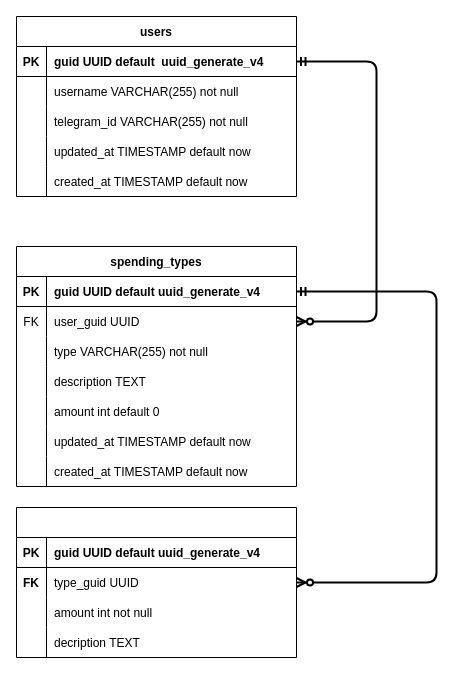
Above: migrations/schema.drawio in iv-sukhanov/finance_tracker (draw.io), before the change. Source tidied: cells renumbered, new cells numbered last; positions are measured from the earlier drawing's top-left corner, leaving out a move shared by most shapes. Both pictures are drawn from the tidied source at 100%, with x=0, y=0 at pixel (16, 16).
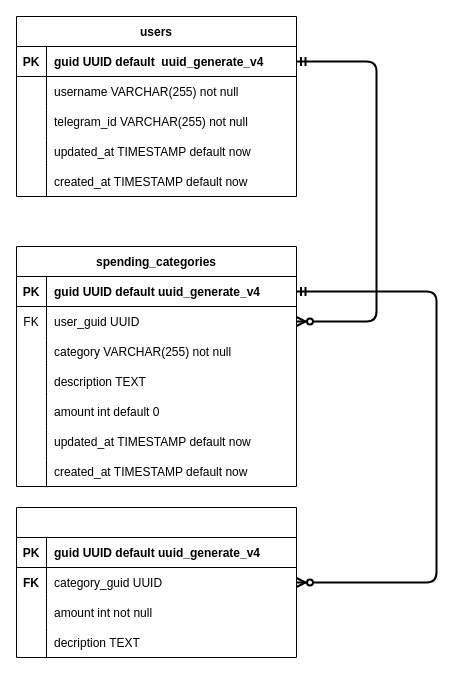
The same diagram, later.

Unchanged cells that the change refers to:
```xml
<mxCell id="25" style="shape=tableRow;horizontal=0;startSize=0;swimlaneHead=0;swimlaneBody=0;fillColor=none;top=0;left=0;right=0;bottom=0;swimlaneFillColor=none;strokeColor=#000000;" parent="18" vertex="1">
  <mxGeometry y="90" width="280" height="30" as="geometry" />
</mxCell>
<mxCell id="44" style="shape=tableRow;horizontal=0;startSize=0;swimlaneHead=0;swimlaneBody=0;fillColor=none;points=[[0,0.5],[1,0.5]];portConstraint=eastwest;top=0;left=0;right=0;bottom=0;labelBackgroundColor=none;strokeColor=#000000;fontColor=#000000;" parent="40" vertex="1">
  <mxGeometry y="60" width="280" height="30" as="geometry" />
</mxCell>
```

Change to the diagram source:
```diff
@@
-    <mxCell id="18" value="spending_types" style="shape=table;startSize=30;childLayout=tableLayout;rowLines=0;fontStyle=1;align=center;swimlaneFillColor=none;fillColor=default;strokeColor=#000000;" parent="1" vertex="1">
+    <mxCell id="18" value="spending_categories" style="shape=table;startSize=30;childLayout=tableLayout;rowLines=0;fontStyle=1;align=center;swimlaneFillColor=none;fillColor=default;strokeColor=#000000;" parent="1" vertex="1">
       <mxGeometry y="230" width="280" height="240" as="geometry" />
     </mxCell>
@@
-    <mxCell id="27" value="type VARCHAR(255) not null" style="shape=partialRectangle;fillColor=none;top=0;left=0;bottom=0;right=0;align=left;spacingLeft=6;overflow=hidden;swimlaneFillColor=none;strokeColor=#000000;fontColor=#000000;" parent="25" vertex="1">
+    <mxCell id="27" value="category VARCHAR(255) not null" style="shape=partialRectangle;fillColor=none;top=0;left=0;bottom=0;right=0;align=left;spacingLeft=6;overflow=hidden;swimlaneFillColor=none;strokeColor=#000000;fontColor=#000000;" parent="25" vertex="1">
       <mxGeometry x="30" width="250" height="30" as="geometry" />
     </mxCell>
@@
-    <mxCell id="46" value="type_guid UUID" style="shape=partialRectangle;fillColor=none;top=0;left=0;bottom=0;right=0;align=left;spacingLeft=6;overflow=hidden;labelBackgroundColor=none;strokeColor=#000000;fontColor=#000000;" parent="44" vertex="1">
+    <mxCell id="46" value="category_guid UUID" style="shape=partialRectangle;fillColor=none;top=0;left=0;bottom=0;right=0;align=left;spacingLeft=6;overflow=hidden;labelBackgroundColor=none;strokeColor=#000000;fontColor=#000000;" parent="44" vertex="1">
       <mxGeometry x="30" width="250" height="30" as="geometry" />
     </mxCell>
```
